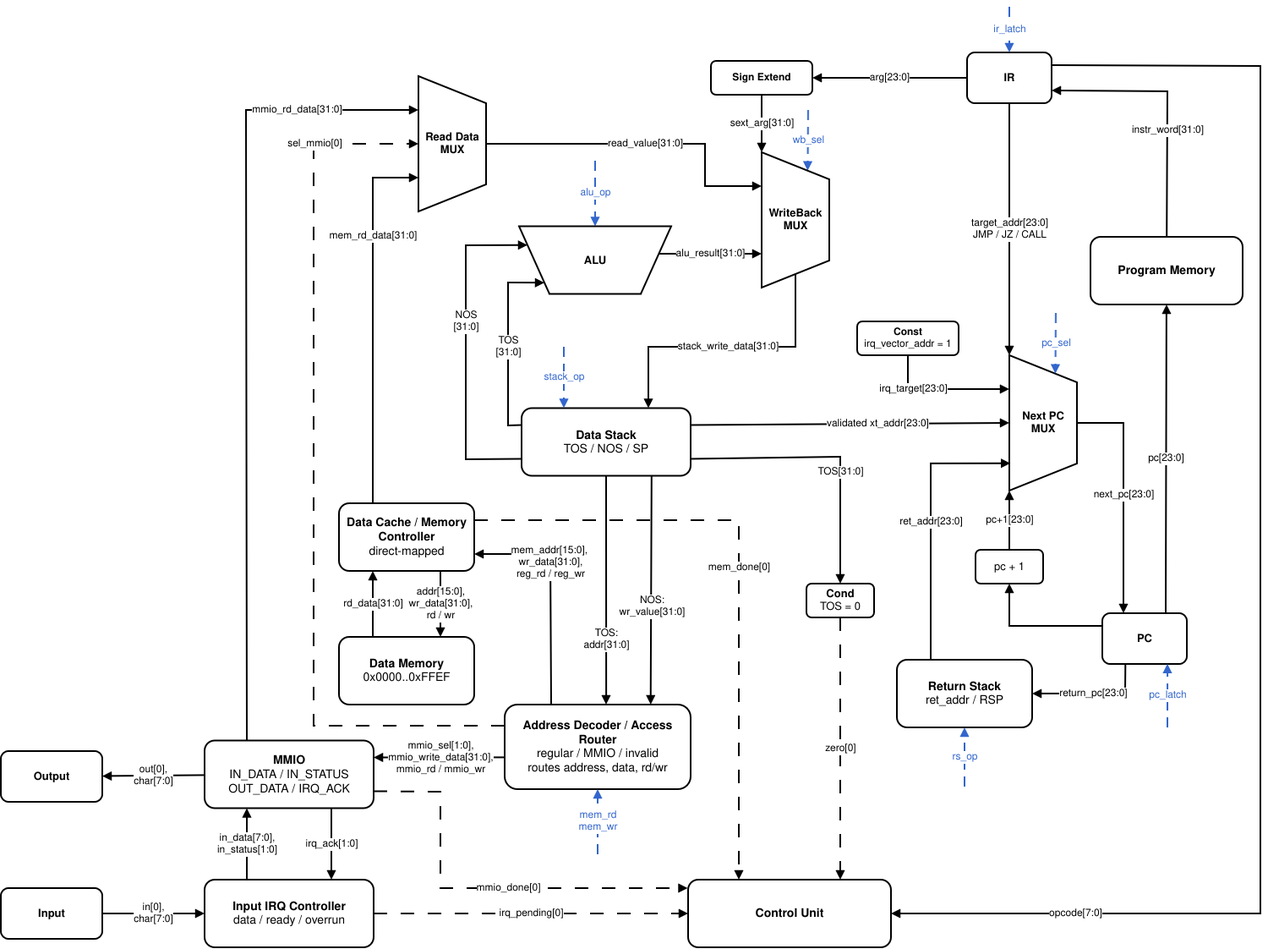
barmichevg/csa-lab4 keeps this draw.io diagram as fig/datapath.png. Above is the earlier version. Source tidied: cells renumbered, new cells last; positions are measured from the earlier drawing's top-left corner, leaving out a move shared by most shapes.
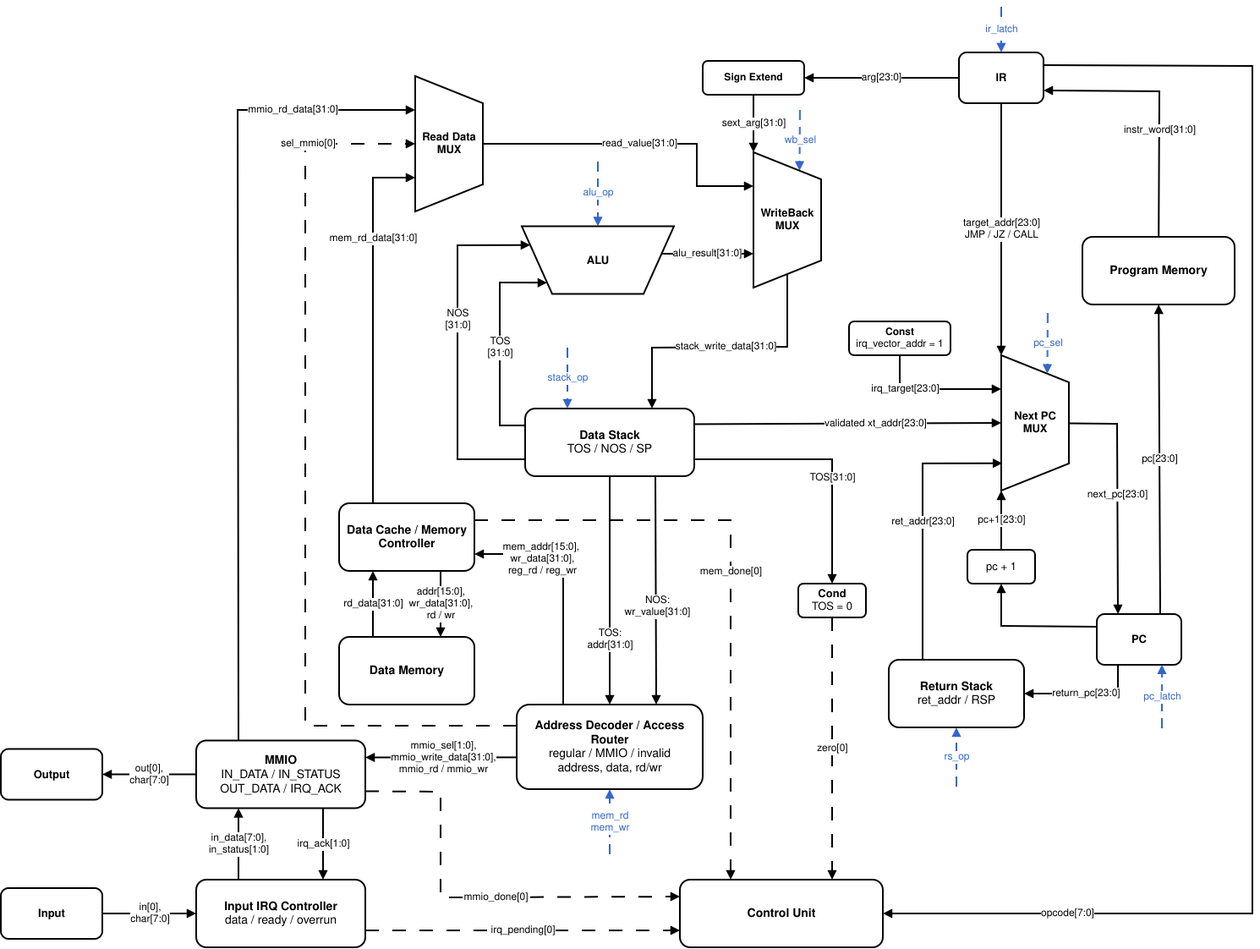
After the commit.

What changed in the source:
```diff
@@ -6,7 +6,7 @@
       <mxGeometry x="813" y="1032" width="240" height="80" as="geometry" />
     </mxCell>
     <mxCell id="3" value="&lt;b&gt;PC&lt;/b&gt;" style="rounded=1;whiteSpace=wrap;html=1;strokeWidth=2;fillColor=#ffffff;strokeColor=#000000;fontSize=13;" parent="1" vertex="1">
-      <mxGeometry x="1303" y="717" width="100" height="60" as="geometry" />
+      <mxGeometry x="1306" y="718" width="100" height="60" as="geometry" />
     </mxCell>
     <mxCell id="4" value="&lt;b&gt;Program Memory&lt;/b&gt;" style="rounded=1;whiteSpace=wrap;html=1;strokeWidth=2;fillColor=#ffffff;strokeColor=#000000;fontSize=14;" parent="1" vertex="1">
       <mxGeometry x="1289" y="272" width="180" height="80" as="geometry" />
@@ -24,7 +24,7 @@
       <mxGeometry x="1013" y="372" width="120" height="40" as="geometry" />
     </mxCell>
     <mxCell id="9" value="&lt;b&gt;Data Stack&lt;/b&gt;&lt;br/&gt;TOS / NOS / SP" style="rounded=1;whiteSpace=wrap;html=1;strokeWidth=2;fillColor=#ffffff;strokeColor=#000000;fontSize=14;" parent="1" vertex="1">
-      <mxGeometry x="616" y="474.5" width="200" height="80" as="geometry" />
+      <mxGeometry x="630" y="475" width="200" height="80" as="geometry" />
     </mxCell>
     <mxCell id="10" value="&lt;b&gt;Cond&lt;/b&gt;&lt;br/&gt;TOS = 0" style="rounded=1;whiteSpace=wrap;html=1;strokeWidth=2;fillColor=#ffffff;strokeColor=#000000;fontSize=13;" parent="1" vertex="1">
       <mxGeometry x="953" y="682" width="80" height="40" as="geometry" />
@@ -32,8 +32,8 @@
     <mxCell id="11" value="&lt;b&gt;Return Stack&lt;br&gt;&lt;/b&gt;ret_addr&amp;nbsp;/ RSP" style="rounded=1;whiteSpace=wrap;html=1;strokeWidth=2;fillColor=#ffffff;strokeColor=#000000;fontSize=14;" parent="1" vertex="1">
       <mxGeometry x="1060" y="772" width="160" height="80" as="geometry" />
     </mxCell>
-    <mxCell id="12" value="&lt;b&gt;Address Decoder / Access Router&lt;/b&gt;&lt;br&gt;&lt;div&gt;regular / MMIO&lt;span&gt;&amp;nbsp;/ invalid&lt;/span&gt;&lt;/div&gt;routes address, data, rd/wr" style="rounded=1;whiteSpace=wrap;html=1;strokeWidth=2;fillColor=#ffffff;strokeColor=#000000;fontSize=14;" parent="1" vertex="1">
-      <mxGeometry x="596" y="825" width="220" height="100" as="geometry" />
+    <mxCell id="12" value="&lt;b&gt;Address Decoder / Access Router&lt;/b&gt;&lt;br&gt;&lt;div&gt;regular / MMIO&lt;span&gt;&amp;nbsp;/ invalid&lt;/span&gt;&lt;/div&gt;address, data, rd/wr" style="rounded=1;whiteSpace=wrap;html=1;strokeWidth=2;fillColor=#ffffff;strokeColor=#000000;fontSize=14;" parent="1" vertex="1">
+      <mxGeometry x="620" y="825" width="220" height="100" as="geometry" />
     </mxCell>
     <mxCell id="13" value="&lt;div&gt;&lt;b&gt;MMIO&lt;/b&gt;&lt;/div&gt;&lt;div&gt;IN_DATA / IN_STATUS&lt;/div&gt;OUT_DATA / IRQ_ACK" style="rounded=1;whiteSpace=wrap;html=1;strokeWidth=2;fillColor=#ffffff;strokeColor=#000000;fontSize=14;" parent="1" vertex="1">
       <mxGeometry x="241" y="867.5" width="200" height="80" as="geometry" />
@@ -42,19 +42,19 @@
       <mxGeometry x="241" y="1032" width="200" height="80" as="geometry" />
     </mxCell>
     <mxCell id="15" value="&lt;b&gt;Input&lt;/b&gt;" style="rounded=1;whiteSpace=wrap;html=1;strokeWidth=2;fillColor=#ffffff;strokeColor=#000000;fontSize=13;" parent="1" vertex="1">
-      <mxGeometry y="1042" width="120" height="60" as="geometry" />
+      <mxGeometry x="10" y="1042" width="120" height="60" as="geometry" />
     </mxCell>
     <mxCell id="16" value="&lt;b&gt;Output&lt;/b&gt;" style="rounded=1;whiteSpace=wrap;html=1;strokeWidth=2;fillColor=#ffffff;strokeColor=#000000;fontSize=13;" parent="1" vertex="1">
-      <mxGeometry y="880" width="120" height="60" as="geometry" />
+      <mxGeometry x="10" y="877.5" width="120" height="60" as="geometry" />
     </mxCell>
-    <mxCell id="17" value="&lt;b&gt;Data Cache / Memory Controller&lt;/b&gt;&lt;br&gt;direct-mapped" style="rounded=1;whiteSpace=wrap;html=1;strokeWidth=2;fillColor=#ffffff;strokeColor=#000000;fontSize=14;" parent="1" vertex="1">
-      <mxGeometry x="400" y="587" width="160" height="80" as="geometry" />
+    <mxCell id="17" value="&lt;b&gt;Data Cache / Memory Controller&lt;/b&gt;" style="rounded=1;whiteSpace=wrap;html=1;strokeWidth=2;fillColor=#ffffff;strokeColor=#000000;fontSize=14;" parent="1" vertex="1">
+      <mxGeometry x="410" y="587" width="160" height="80" as="geometry" />
     </mxCell>
-    <mxCell id="18" value="&lt;b&gt;Data Memory&lt;/b&gt;&lt;br&gt;0x0000..0xFFEF" style="rounded=1;whiteSpace=wrap;html=1;strokeWidth=2;fillColor=#ffffff;strokeColor=#000000;fontSize=14;" parent="1" vertex="1">
-      <mxGeometry x="400" y="745" width="160" height="80" as="geometry" />
+    <mxCell id="18" value="&lt;b&gt;Data Memory&lt;/b&gt;" style="rounded=1;whiteSpace=wrap;html=1;strokeWidth=2;fillColor=#ffffff;strokeColor=#000000;fontSize=14;" parent="1" vertex="1">
+      <mxGeometry x="410" y="745" width="160" height="80" as="geometry" />
     </mxCell>
     <mxCell id="19" value="&lt;b&gt;Read Data MUX&lt;/b&gt;" style="shape=trapezoid;perimeter=trapezoidPerimeter;whiteSpace=wrap;html=1;strokeWidth=2;fillColor=#ffffff;strokeColor=#000000;fontSize=13;direction=south;" parent="1" vertex="1">
-      <mxGeometry x="494" y="82" width="80" height="160" as="geometry" />
+      <mxGeometry x="500" y="82" width="80" height="160" as="geometry" />
     </mxCell>
     <mxCell id="20" value="pc[23:0]" style="endArrow=block;html=1;rounded=0;strokeWidth=2;strokeColor=#000000;fontSize=12;exitX=0.75;exitY=0;exitDx=0;exitDy=0;" parent="1" edge="1" source="3" target="4">
       <mxGeometry relative="1" as="geometry" />
@@ -69,7 +69,7 @@
     <mxCell id="22" value="next_pc[23:0]" style="endArrow=block;html=1;rounded=0;strokeWidth=2;strokeColor=#000000;fontSize=12;entryX=0.25;entryY=0;entryDx=0;entryDy=0;" parent="1" edge="1" source="6" target="3">
       <mxGeometry relative="1" as="geometry">
         <Array as="points">
-          <mxPoint x="1328" y="492" />
+          <mxPoint x="1330" y="493" />
         </Array>
       </mxGeometry>
     </mxCell>
@@ -86,7 +86,7 @@
     <mxCell id="25" value="target_addr[23:0]&lt;br&gt;JMP / JZ / CALL" style="endArrow=block;html=1;rounded=0;strokeWidth=2;strokeColor=#000000;fontSize=12;entryX=0;entryY=1;entryDx=0;entryDy=0;exitX=0.5;exitY=1;exitDx=0;exitDy=0;" parent="1" edge="1" source="5" target="6">
       <mxGeometry relative="1" as="geometry" />
     </mxCell>
-    <mxCell id="26" value="validated xt_addr[23:0]" style="endArrow=block;html=1;rounded=0;strokeWidth=2;strokeColor=#000000;fontSize=12;exitX=1;exitY=0.25;exitDx=0;exitDy=0;entryX=0.5;entryY=1;entryDx=0;entryDy=0;" parent="1" edge="1" source="9" target="6">
+    <mxCell id="26" value="validated xt_addr[23:0]" style="endArrow=block;html=1;rounded=0;strokeWidth=2;strokeColor=#000000;fontSize=12;exitX=1.002;exitY=0.231;exitDx=0;exitDy=0;entryX=0.5;entryY=1;entryDx=0;entryDy=0;exitPerimeter=0;" parent="1" edge="1" source="9" target="6">
       <mxGeometry x="0.17" relative="1" as="geometry" />
     </mxCell>
     <mxCell id="27" value="irq_target[23:0]" style="endArrow=block;html=1;rounded=0;strokeWidth=2;strokeColor=#000000;fontSize=12;entryX=0.25;entryY=1;entryDx=0;entryDy=0;" parent="1" edge="1" source="8" target="6">
@@ -111,24 +111,24 @@
       <mxGeometry relative="1" as="geometry">
         <Array as="points">
           <mxPoint x="940" y="402" />
-          <mxPoint x="766" y="402" />
+          <mxPoint x="780" y="403" />
         </Array>
       </mxGeometry>
     </mxCell>
     <mxCell id="31" value="TOS[31:0]" style="endArrow=block;html=1;rounded=0;strokeWidth=2;strokeColor=#000000;fontSize=12;exitX=1;exitY=0.75;exitDx=0;exitDy=0;" parent="1" edge="1" source="9" target="10">
       <mxGeometry x="0.19" relative="1" as="geometry">
         <Array as="points">
-          <mxPoint x="993" y="532" />
+          <mxPoint x="993" y="535" />
         </Array>
       </mxGeometry>
     </mxCell>
     <mxCell id="32" value="zero[0]" style="endArrow=block;html=1;rounded=0;strokeWidth=2;strokeColor=#000000;fontSize=12;entryX=0.75;entryY=0;entryDx=0;entryDy=0;dashed=1;dashPattern=8 8;" parent="1" edge="1" source="10" target="2">
       <mxGeometry relative="1" as="geometry" />
     </mxCell>
-    <mxCell id="33" value="return_pc[23:0]" style="endArrow=block;html=1;rounded=0;strokeWidth=2;strokeColor=#000000;fontSize=12;exitX=0.273;exitY=0.993;exitDx=0;exitDy=0;exitPerimeter=0;" parent="1" edge="1" source="3" target="11">
+    <mxCell id="33" value="return_pc[23:0]" style="endArrow=block;html=1;rounded=0;strokeWidth=2;strokeColor=#000000;fontSize=12;exitX=0.25;exitY=1;exitDx=0;exitDy=0;entryX=1;entryY=0.5;entryDx=0;entryDy=0;" parent="1" edge="1" source="3" target="11">
       <mxGeometry relative="1" as="geometry">
         <Array as="points">
-          <mxPoint x="1330" y="812" />
+          <mxPoint x="1331" y="812" />
         </Array>
       </mxGeometry>
     </mxCell>
@@ -143,9 +143,9 @@
       <mxGeometry x="-0.02" y="1" relative="1" as="geometry" />
     </mxCell>
     <mxCell id="36" value="&lt;div&gt;mem_addr[15:0],&amp;nbsp;&lt;/div&gt;&lt;div&gt;wr_data[31:0],&lt;/div&gt;reg_rd / reg_wr" style="endArrow=block;html=1;rounded=0;strokeWidth=2;strokeColor=#000000;fontSize=12;exitX=0.25;exitY=0;exitDx=0;exitDy=0;entryX=1;entryY=0.75;entryDx=0;entryDy=0;" parent="1" edge="1" source="12" target="17">
-      <mxGeometry x="0.25" relative="1" as="geometry">
+      <mxGeometry x="0.43" y="6" relative="1" as="geometry">
         <Array as="points">
-          <mxPoint x="650" y="647" />
+          <mxPoint x="675" y="647" />
         </Array>
       </mxGeometry>
     </mxCell>
@@ -159,7 +159,7 @@
     <mxCell id="38" value="mem_rd_data[31:0]" style="endArrow=block;html=1;rounded=0;strokeWidth=2;strokeColor=#000000;fontSize=12;entryX=0.75;entryY=1;entryDx=0;entryDy=0;exitX=0.25;exitY=0;exitDx=0;exitDy=0;" parent="1" edge="1" source="17" target="19">
       <mxGeometry x="0.44" relative="1" as="geometry">
         <Array as="points">
-          <mxPoint x="440" y="202" />
+          <mxPoint x="450" y="202" />
         </Array>
       </mxGeometry>
     </mxCell>
@@ -180,7 +180,7 @@
     <mxCell id="42" value="irq_ack[1:0]" style="endArrow=block;html=1;rounded=0;strokeWidth=2;strokeColor=#000000;fontSize=12;entryX=0.75;entryY=0;entryDx=0;entryDy=0;exitX=0.75;exitY=1;exitDx=0;exitDy=0;" parent="1" edge="1" source="13" target="14">
       <mxGeometry relative="1" as="geometry" />
     </mxCell>
-    <mxCell id="43" value="irq_pending[0]" style="endArrow=block;html=1;rounded=0;strokeWidth=2;strokeColor=#000000;fontSize=12;dashed=1;dashPattern=8 8;" parent="1" edge="1" source="14" target="2">
+    <mxCell id="43" value="irq_pending[0]" style="endArrow=block;html=1;rounded=0;strokeWidth=2;strokeColor=#000000;fontSize=12;dashed=1;dashPattern=8 8;entryX=0;entryY=0.75;entryDx=0;entryDy=0;exitX=1;exitY=0.75;exitDx=0;exitDy=0;" parent="1" edge="1" source="14" target="2">
       <mxGeometry relative="1" as="geometry" />
     </mxCell>
     <mxCell id="44" value="&lt;span&gt;out[0],&lt;/span&gt;&lt;div&gt;char[7:0]&lt;/div&gt;" style="endArrow=block;html=1;rounded=0;strokeWidth=2;strokeColor=#000000;fontSize=12;" parent="1" edge="1" source="13" target="16">
@@ -198,7 +198,7 @@
     </mxCell>
     <mxCell id="47" value="stack_op" style="endArrow=block;html=1;rounded=0;strokeWidth=2;dashed=1;dashPattern=6 4;strokeColor=#3366CC;fontColor=#3366CC;fontSize=12;entryX=0.25;entryY=0;entryDx=0;entryDy=0;" parent="1" edge="1" target="9">
       <mxGeometry relative="1" as="geometry">
-        <mxPoint x="666" y="402" as="sourcePoint" />
+        <mxPoint x="680" y="403" as="sourcePoint" />
       </mxGeometry>
     </mxCell>
     <mxCell id="48" value="rs_op" style="endArrow=block;html=1;rounded=0;strokeWidth=2;dashed=1;dashPattern=6 4;strokeColor=#3366CC;fontColor=#3366CC;fontSize=12;" parent="1" edge="1" target="11">
@@ -208,7 +208,7 @@
     </mxCell>
     <mxCell id="49" value="alu_op" style="endArrow=block;html=1;rounded=0;strokeWidth=2;dashed=1;dashPattern=6 4;strokeColor=#3366CC;fontColor=#3366CC;fontSize=12;" parent="1" edge="1" target="56">
       <mxGeometry x="-0.02" relative="1" as="geometry">
-        <mxPoint x="703" y="182" as="sourcePoint" />
+        <mxPoint x="716" y="183" as="sourcePoint" />
       </mxGeometry>
     </mxCell>
     <mxCell id="50" value="wb_sel" style="endArrow=block;html=1;rounded=0;strokeWidth=2;dashed=1;dashPattern=6 4;strokeColor=#3366CC;fontColor=#3366CC;fontSize=12;entryX=0;entryY=0.25;entryDx=0;entryDy=0;" parent="1" edge="1" target="55">
@@ -218,7 +218,7 @@
     </mxCell>
     <mxCell id="51" value="&lt;div&gt;mem_rd&lt;/div&gt;&lt;div&gt;mem_wr&lt;/div&gt;" style="endArrow=block;html=1;rounded=0;strokeWidth=2;dashed=1;dashPattern=6 4;strokeColor=#3366CC;fontColor=#3366CC;fontSize=12;" parent="1" edge="1" target="12">
       <mxGeometry relative="1" as="geometry">
-        <mxPoint x="706" y="1002" as="sourcePoint" />
+        <mxPoint x="730" y="1002" as="sourcePoint" />
       </mxGeometry>
     </mxCell>
     <mxCell id="52" value="opcode[7:0]" style="endArrow=block;html=1;rounded=0;strokeWidth=2;strokeColor=#000000;fontSize=12;exitX=1;exitY=0.25;exitDx=0;exitDy=0;" parent="1" edge="1" source="5" target="2">
@@ -229,7 +229,7 @@
         </Array>
       </mxGeometry>
     </mxCell>
-    <mxCell id="53" value="&lt;div&gt;TOS:&lt;/div&gt;&lt;div&gt;addr[31:0]&lt;/div&gt;" style="endArrow=block;html=1;rounded=0;strokeWidth=2;strokeColor=#000000;fontSize=12;entryX=0.546;entryY=0;entryDx=0;entryDy=0;exitX=0.5;exitY=1;exitDx=0;exitDy=0;entryPerimeter=0;" parent="1" edge="1" source="9" target="12">
+    <mxCell id="53" value="&lt;div&gt;TOS:&lt;/div&gt;&lt;div&gt;addr[31:0]&lt;/div&gt;" style="endArrow=block;html=1;rounded=0;strokeWidth=2;strokeColor=#000000;fontSize=12;entryX=0.5;entryY=0;entryDx=0;entryDy=0;exitX=0.5;exitY=1;exitDx=0;exitDy=0;" parent="1" edge="1" source="9" target="12">
       <mxGeometry x="0.43" relative="1" as="geometry" />
     </mxCell>
     <mxCell id="54" value="mem_done[0]" style="endArrow=block;html=1;rounded=0;strokeWidth=2;strokeColor=#000000;fontSize=12;entryX=0.25;entryY=0;entryDx=0;entryDy=0;exitX=1;exitY=0.25;exitDx=0;exitDy=0;dashed=1;dashPattern=8 8;" parent="1" edge="1" source="17" target="2">
@@ -243,11 +243,11 @@
       <mxGeometry x="900" y="172" width="80" height="160" as="geometry" />
     </mxCell>
     <mxCell id="56" value="&lt;b&gt;ALU&lt;/b&gt;" style="shape=trapezoid;perimeter=trapezoidPerimeter;whiteSpace=wrap;html=1;strokeWidth=2;fillColor=#ffffff;strokeColor=#000000;fontSize=13;direction=west;" parent="1" vertex="1">
-      <mxGeometry x="613" y="259.5" width="180" height="80" as="geometry" />
+      <mxGeometry x="626" y="259.5" width="180" height="80" as="geometry" />
     </mxCell>
     <mxCell id="57" value="pc_latch" style="endArrow=block;html=1;rounded=0;strokeWidth=2;dashed=1;dashPattern=6 4;strokeColor=#3366CC;fontColor=#3366CC;fontSize=12;entryX=0.771;entryY=0.997;entryDx=0;entryDy=0;entryPerimeter=0;" parent="1" edge="1" target="3">
       <mxGeometry relative="1" as="geometry">
-        <mxPoint x="1380" y="852" as="sourcePoint" />
+        <mxPoint x="1383" y="853" as="sourcePoint" />
       </mxGeometry>
     </mxCell>
     <mxCell id="58" value="rd_data[31:0]" style="endArrow=block;html=1;rounded=0;strokeWidth=2;strokeColor=#000000;fontSize=12;entryX=0.25;entryY=1;entryDx=0;entryDy=0;exitX=0.25;exitY=0;exitDx=0;exitDy=0;" parent="1" edge="1" source="18" target="17">
@@ -272,14 +272,14 @@
         </Array>
       </mxGeometry>
     </mxCell>
-    <mxCell id="62" value="&lt;div&gt;NOS:&lt;/div&gt;&lt;div&gt;wr_value[31:0]&lt;/div&gt;" style="endArrow=block;html=1;rounded=0;strokeWidth=2;strokeColor=#000000;fontSize=12;entryX=0.785;entryY=0.001;entryDx=0;entryDy=0;exitX=0.769;exitY=1.002;exitDx=0;exitDy=0;entryPerimeter=0;exitPerimeter=0;" parent="1" edge="1" source="9" target="12">
+    <mxCell id="62" value="&lt;div&gt;NOS:&lt;/div&gt;&lt;div&gt;wr_value[31:0]&lt;/div&gt;" style="endArrow=block;html=1;rounded=0;strokeWidth=2;strokeColor=#000000;fontSize=12;entryX=0.75;entryY=0;entryDx=0;entryDy=0;exitX=0.77;exitY=0.998;exitDx=0;exitDy=0;exitPerimeter=0;" parent="1" edge="1" source="9" target="12">
       <mxGeometry x="0.14" y="1" relative="1" as="geometry" />
     </mxCell>
-    <mxCell id="63" value="mmio_done[0]" style="endArrow=block;html=1;rounded=0;strokeWidth=2;strokeColor=#000000;fontSize=12;exitX=1;exitY=0.75;exitDx=0;exitDy=0;dashed=1;dashPattern=8 8;entryX=-0.002;entryY=0.124;entryDx=0;entryDy=0;entryPerimeter=0;" parent="1" edge="1" source="13" target="2">
+    <mxCell id="63" value="mmio_done[0]" style="endArrow=block;html=1;rounded=0;strokeWidth=2;strokeColor=#000000;fontSize=12;exitX=1;exitY=0.75;exitDx=0;exitDy=0;dashed=1;dashPattern=8 8;entryX=0;entryY=0.25;entryDx=0;entryDy=0;" parent="1" edge="1" source="13" target="2">
       <mxGeometry x="0.12" relative="1" as="geometry">
         <Array as="points">
-          <mxPoint x="520" y="928" />
-          <mxPoint x="520" y="1042" />
+          <mxPoint x="530" y="928" />
+          <mxPoint x="530" y="1053" />
         </Array>
       </mxGeometry>
     </mxCell>
```
